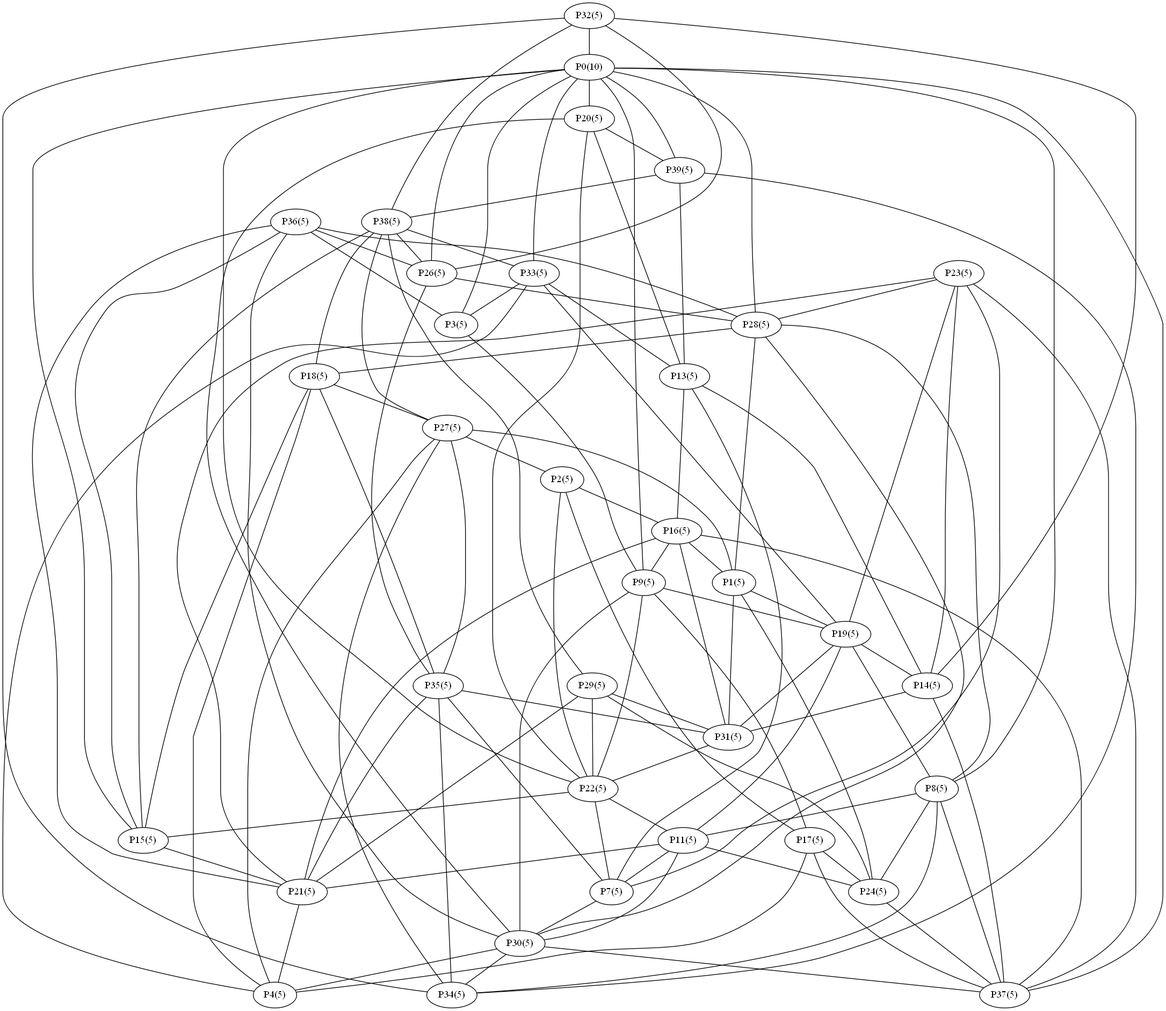
Above: out.png in afkpost/P2PN_2014 (Graphviz), before the change. Its source is kept beside it as out.dot. Its diagram source:
```dot
graph network {
	"P0(10)";
	"P37(5)";
	"P39(5)";
	"P3(5)";
	"P8(5)";
	"P20(5)";
	"P26(5)";
	"P28(5)";
	"P15(5)";
	"P33(5)";
	"P22(5)";
	"P11(5)";
	"P7(5)";
	"P2(5)";
	"P36(5)";
	"P30(5)";
	"P21(5)";
	"P38(5)";
	"P18(5)";
	"P24(5)";
	"P13(5)";
	"P23(5)";
	"P14(5)";
	"P19(5)";
	"P16(5)";
	"P31(5)";
	"P9(5)";
	"P1(5)";
	"P32(5)";
	"P34(5)";
	"P35(5)";
	"P27(5)";
	"P4(5)";
	"P29(5)";
	"P17(5)";
	"P0(10)" -- "P37(5)";
	"P0(10)" -- "P39(5)";
	"P0(10)" -- "P3(5)";
	"P0(10)" -- "P8(5)";
	"P0(10)" -- "P20(5)";
	"P0(10)" -- "P26(5)";
	"P0(10)" -- "P28(5)";
	"P0(10)" -- "P15(5)";
	"P0(10)" -- "P33(5)";
	"P0(10)" -- "P22(5)";
	"P22(5)" -- "P11(5)";
	"P22(5)" -- "P7(5)";
	"P22(5)" -- "P15(5)";
	"P22(5)" -- "P2(5)";
	"P36(5)" -- "P30(5)";
	"P36(5)" -- "P21(5)";
	"P36(5)" -- "P15(5)";
	"P36(5)" -- "P28(5)";
	"P36(5)" -- "P26(5)";
	"P36(5)" -- "P3(5)";
	"P15(5)" -- "P38(5)";
	"P15(5)" -- "P18(5)";
	"P15(5)" -- "P21(5)";
	"P11(5)" -- "P21(5)";
	"P11(5)" -- "P30(5)";
	"P11(5)" -- "P24(5)";
	"P11(5)" -- "P7(5)";
	"P20(5)" -- "P13(5)";
	"P20(5)" -- "P39(5)";
	"P20(5)" -- "P22(5)";
	"P20(5)" -- "P30(5)";
	"P23(5)" -- "P21(5)";
	"P23(5)" -- "P28(5)";
	"P23(5)" -- "P7(5)";
	"P23(5)" -- "P14(5)";
	"P23(5)" -- "P19(5)";
	"P23(5)" -- "P37(5)";
	"P16(5)" -- "P31(5)";
	"P16(5)" -- "P21(5)";
	"P16(5)" -- "P9(5)";
	"P16(5)" -- "P37(5)";
	"P16(5)" -- "P1(5)";
	"P13(5)" -- "P14(5)";
	"P13(5)" -- "P16(5)";
	"P13(5)" -- "P7(5)";
	"P13(5)" -- "P39(5)";
	"P32(5)" -- "P34(5)";
	"P32(5)" -- "P14(5)";
	"P32(5)" -- "P38(5)";
	"P32(5)" -- "P0(10)";
	"P32(5)" -- "P26(5)";
	"P35(5)" -- "P34(5)";
	"P35(5)" -- "P7(5)";
	"P35(5)" -- "P18(5)";
	"P35(5)" -- "P21(5)";
	"P35(5)" -- "P31(5)";
	"P27(5)" -- "P4(5)";
	"P27(5)" -- "P34(5)";
	"P27(5)" -- "P1(5)";
	"P27(5)" -- "P35(5)";
	"P27(5)" -- "P2(5)";
	"P7(5)" -- "P30(5)";
	"P1(5)" -- "P31(5)";
	"P1(5)" -- "P19(5)";
	"P1(5)" -- "P24(5)";
	"P1(5)" -- "P28(5)";
	"P38(5)" -- "P29(5)";
	"P38(5)" -- "P18(5)";
	"P38(5)" -- "P26(5)";
	"P38(5)" -- "P33(5)";
	"P38(5)" -- "P27(5)";
	"P9(5)" -- "P22(5)";
	"P9(5)" -- "P0(10)";
	"P9(5)" -- "P17(5)";
	"P9(5)" -- "P19(5)";
	"P9(5)" -- "P30(5)";
	"P29(5)" -- "P24(5)";
	"P29(5)" -- "P22(5)";
	"P29(5)" -- "P21(5)";
	"P29(5)" -- "P31(5)";
	"P17(5)" -- "P4(5)";
	"P17(5)" -- "P24(5)";
	"P17(5)" -- "P37(5)";
	"P17(5)" -- "P2(5)";
	"P30(5)" -- "P37(5)";
	"P30(5)" -- "P34(5)";
	"P30(5)" -- "P4(5)";
	"P33(5)" -- "P19(5)";
	"P33(5)" -- "P3(5)";
	"P33(5)" -- "P13(5)";
	"P33(5)" -- "P4(5)";
	"P19(5)" -- "P11(5)";
	"P19(5)" -- "P14(5)";
	"P19(5)" -- "P31(5)";
	"P19(5)" -- "P8(5)";
	"P24(5)" -- "P37(5)";
	"P24(5)" -- "P8(5)";
	"P28(5)" -- "P18(5)";
	"P28(5)" -- "P8(5)";
	"P28(5)" -- "P30(5)";
	"P8(5)" -- "P37(5)";
	"P8(5)" -- "P11(5)";
	"P26(5)" -- "P28(5)";
	"P26(5)" -- "P35(5)";
	"P14(5)" -- "P37(5)";
	"P14(5)" -- "P31(5)";
	"P34(5)" -- "P39(5)";
	"P34(5)" -- "P8(5)";
	"P39(5)" -- "P38(5)";
	"P31(5)" -- "P22(5)";
	"P21(5)" -- "P4(5)";
	"P18(5)" -- "P4(5)";
	"P18(5)" -- "P27(5)";
	"P2(5)" -- "P16(5)";
	"P3(5)" -- "P9(5)";
}
```
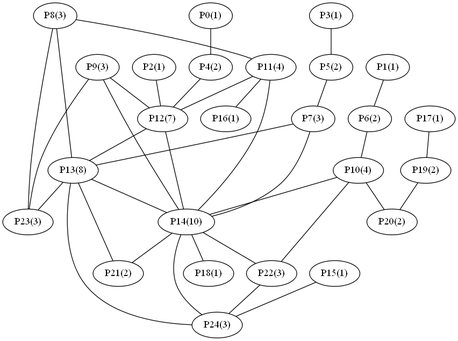
After the change.

Change to the diagram source:
```diff
@@ -1,152 +1,62 @@
 graph network {
-	"P0(10)";
-	"P37(5)";
-	"P39(5)";
-	"P3(5)";
-	"P8(5)";
-	"P20(5)";
-	"P26(5)";
-	"P28(5)";
-	"P15(5)";
-	"P33(5)";
-	"P22(5)";
-	"P11(5)";
-	"P7(5)";
-	"P2(5)";
-	"P36(5)";
-	"P30(5)";
-	"P21(5)";
-	"P38(5)";
-	"P18(5)";
-	"P24(5)";
-	"P13(5)";
-	"P23(5)";
-	"P14(5)";
-	"P19(5)";
-	"P16(5)";
-	"P31(5)";
-	"P9(5)";
-	"P1(5)";
-	"P32(5)";
-	"P34(5)";
-	"P35(5)";
-	"P27(5)";
-	"P4(5)";
-	"P29(5)";
-	"P17(5)";
-	"P0(10)" -- "P37(5)";
-	"P0(10)" -- "P39(5)";
-	"P0(10)" -- "P3(5)";
-	"P0(10)" -- "P8(5)";
-	"P0(10)" -- "P20(5)";
-	"P0(10)" -- "P26(5)";
-	"P0(10)" -- "P28(5)";
-	"P0(10)" -- "P15(5)";
-	"P0(10)" -- "P33(5)";
-	"P0(10)" -- "P22(5)";
-	"P22(5)" -- "P11(5)";
-	"P22(5)" -- "P7(5)";
-	"P22(5)" -- "P15(5)";
-	"P22(5)" -- "P2(5)";
-	"P36(5)" -- "P30(5)";
-	"P36(5)" -- "P21(5)";
-	"P36(5)" -- "P15(5)";
-	"P36(5)" -- "P28(5)";
-	"P36(5)" -- "P26(5)";
-	"P36(5)" -- "P3(5)";
-	"P15(5)" -- "P38(5)";
-	"P15(5)" -- "P18(5)";
-	"P15(5)" -- "P21(5)";
-	"P11(5)" -- "P21(5)";
-	"P11(5)" -- "P30(5)";
-	"P11(5)" -- "P24(5)";
-	"P11(5)" -- "P7(5)";
-	"P20(5)" -- "P13(5)";
-	"P20(5)" -- "P39(5)";
-	"P20(5)" -- "P22(5)";
-	"P20(5)" -- "P30(5)";
-	"P23(5)" -- "P21(5)";
-	"P23(5)" -- "P28(5)";
-	"P23(5)" -- "P7(5)";
-	"P23(5)" -- "P14(5)";
-	"P23(5)" -- "P19(5)";
-	"P23(5)" -- "P37(5)";
-	"P16(5)" -- "P31(5)";
-	"P16(5)" -- "P21(5)";
-	"P16(5)" -- "P9(5)";
-	"P16(5)" -- "P37(5)";
-	"P16(5)" -- "P1(5)";
-	"P13(5)" -- "P14(5)";
-	"P13(5)" -- "P16(5)";
-	"P13(5)" -- "P7(5)";
-	"P13(5)" -- "P39(5)";
-	"P32(5)" -- "P34(5)";
-	"P32(5)" -- "P14(5)";
-	"P32(5)" -- "P38(5)";
-	"P32(5)" -- "P0(10)";
-	"P32(5)" -- "P26(5)";
-	"P35(5)" -- "P34(5)";
-	"P35(5)" -- "P7(5)";
-	"P35(5)" -- "P18(5)";
-	"P35(5)" -- "P21(5)";
-	"P35(5)" -- "P31(5)";
-	"P27(5)" -- "P4(5)";
-	"P27(5)" -- "P34(5)";
-	"P27(5)" -- "P1(5)";
-	"P27(5)" -- "P35(5)";
-	"P27(5)" -- "P2(5)";
-	"P7(5)" -- "P30(5)";
-	"P1(5)" -- "P31(5)";
-	"P1(5)" -- "P19(5)";
-	"P1(5)" -- "P24(5)";
-	"P1(5)" -- "P28(5)";
-	"P38(5)" -- "P29(5)";
-	"P38(5)" -- "P18(5)";
-	"P38(5)" -- "P26(5)";
-	"P38(5)" -- "P33(5)";
-	"P38(5)" -- "P27(5)";
-	"P9(5)" -- "P22(5)";
-	"P9(5)" -- "P0(10)";
-	"P9(5)" -- "P17(5)";
-	"P9(5)" -- "P19(5)";
-	"P9(5)" -- "P30(5)";
-	"P29(5)" -- "P24(5)";
-	"P29(5)" -- "P22(5)";
-	"P29(5)" -- "P21(5)";
-	"P29(5)" -- "P31(5)";
-	"P17(5)" -- "P4(5)";
-	"P17(5)" -- "P24(5)";
-	"P17(5)" -- "P37(5)";
-	"P17(5)" -- "P2(5)";
-	"P30(5)" -- "P37(5)";
-	"P30(5)" -- "P34(5)";
-	"P30(5)" -- "P4(5)";
-	"P33(5)" -- "P19(5)";
-	"P33(5)" -- "P3(5)";
-	"P33(5)" -- "P13(5)";
-	"P33(5)" -- "P4(5)";
-	"P19(5)" -- "P11(5)";
-	"P19(5)" -- "P14(5)";
-	"P19(5)" -- "P31(5)";
-	"P19(5)" -- "P8(5)";
-	"P24(5)" -- "P37(5)";
-	"P24(5)" -- "P8(5)";
-	"P28(5)" -- "P18(5)";
-	"P28(5)" -- "P8(5)";
-	"P28(5)" -- "P30(5)";
-	"P8(5)" -- "P37(5)";
-	"P8(5)" -- "P11(5)";
-	"P26(5)" -- "P28(5)";
-	"P26(5)" -- "P35(5)";
-	"P14(5)" -- "P37(5)";
-	"P14(5)" -- "P31(5)";
-	"P34(5)" -- "P39(5)";
-	"P34(5)" -- "P8(5)";
-	"P39(5)" -- "P38(5)";
-	"P31(5)" -- "P22(5)";
-	"P21(5)" -- "P4(5)";
-	"P18(5)" -- "P4(5)";
-	"P18(5)" -- "P27(5)";
-	"P2(5)" -- "P16(5)";
-	"P3(5)" -- "P9(5)";
+	"P0(1)";
+	"P4(2)";
+	"P1(1)";
+	"P6(2)";
+	"P2(1)";
+	"P12(7)";
+	"P3(1)";
+	"P5(2)";
+	"P7(3)";
+	"P10(4)";
+	"P13(8)";
+	"P14(10)";
+	"P8(3)";
+	"P11(4)";
+	"P23(3)";
+	"P9(3)";
+	"P20(2)";
+	"P22(3)";
+	"P16(1)";
+	"P24(3)";
+	"P21(2)";
+	"P18(1)";
+	"P15(1)";
+	"P17(1)";
+	"P19(2)";
+	"P0(1)" -- "P4(2)";
+	"P1(1)" -- "P6(2)";
+	"P2(1)" -- "P12(7)";
+	"P3(1)" -- "P5(2)";
+	"P4(2)" -- "P12(7)";
+	"P5(2)" -- "P7(3)";
+	"P6(2)" -- "P10(4)";
+	"P7(3)" -- "P13(8)";
+	"P7(3)" -- "P14(10)";
+	"P8(3)" -- "P11(4)";
+	"P8(3)" -- "P23(3)";
+	"P8(3)" -- "P13(8)";
+	"P9(3)" -- "P14(10)";
+	"P9(3)" -- "P23(3)";
+	"P9(3)" -- "P12(7)";
+	"P10(4)" -- "P14(10)";
+	"P10(4)" -- "P20(2)";
+	"P10(4)" -- "P22(3)";
+	"P11(4)" -- "P14(10)";
+	"P11(4)" -- "P16(1)";
+	"P11(4)" -- "P12(7)";
+	"P12(7)" -- "P14(10)";
+	"P12(7)" -- "P13(8)";
+	"P13(8)" -- "P14(10)";
+	"P13(8)" -- "P24(3)";
+	"P13(8)" -- "P23(3)";
+	"P13(8)" -- "P21(2)";
+	"P14(10)" -- "P18(1)";
+	"P14(10)" -- "P21(2)";
+	"P14(10)" -- "P22(3)";
+	"P14(10)" -- "P24(3)";
+	"P15(1)" -- "P24(3)";
+	"P17(1)" -- "P19(2)";
+	"P19(2)" -- "P20(2)";
+	"P22(3)" -- "P24(3)";
 }
```
